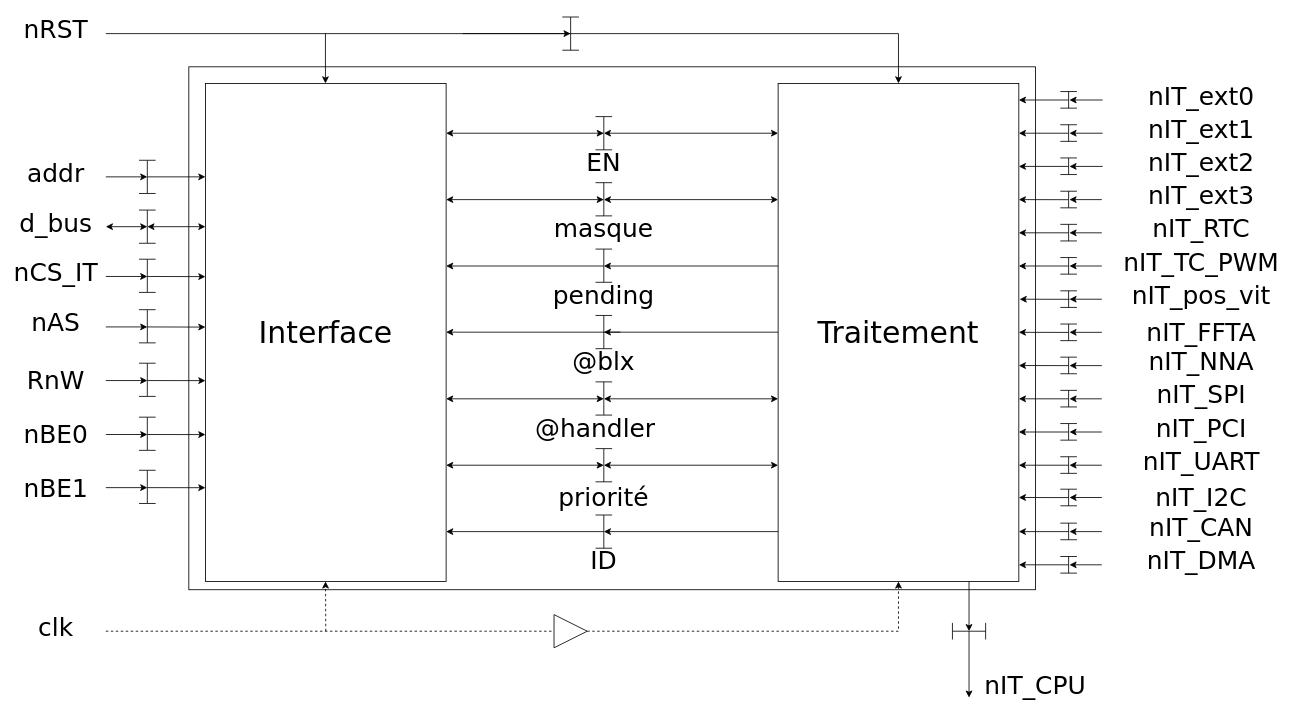
The draw.io diagram report/drawio/decomposition_fonctionnelle.drawio in FromagePatin/controller_IT, before the edit. Source tidied: cells renumbered, new cells numbered last; positions are measured from the earlier drawing's top-left corner, leaving out a move shared by most shapes. Both pictures are drawn from the tidied source at 83%, with x=0, y=0 at pixel (31, 17).
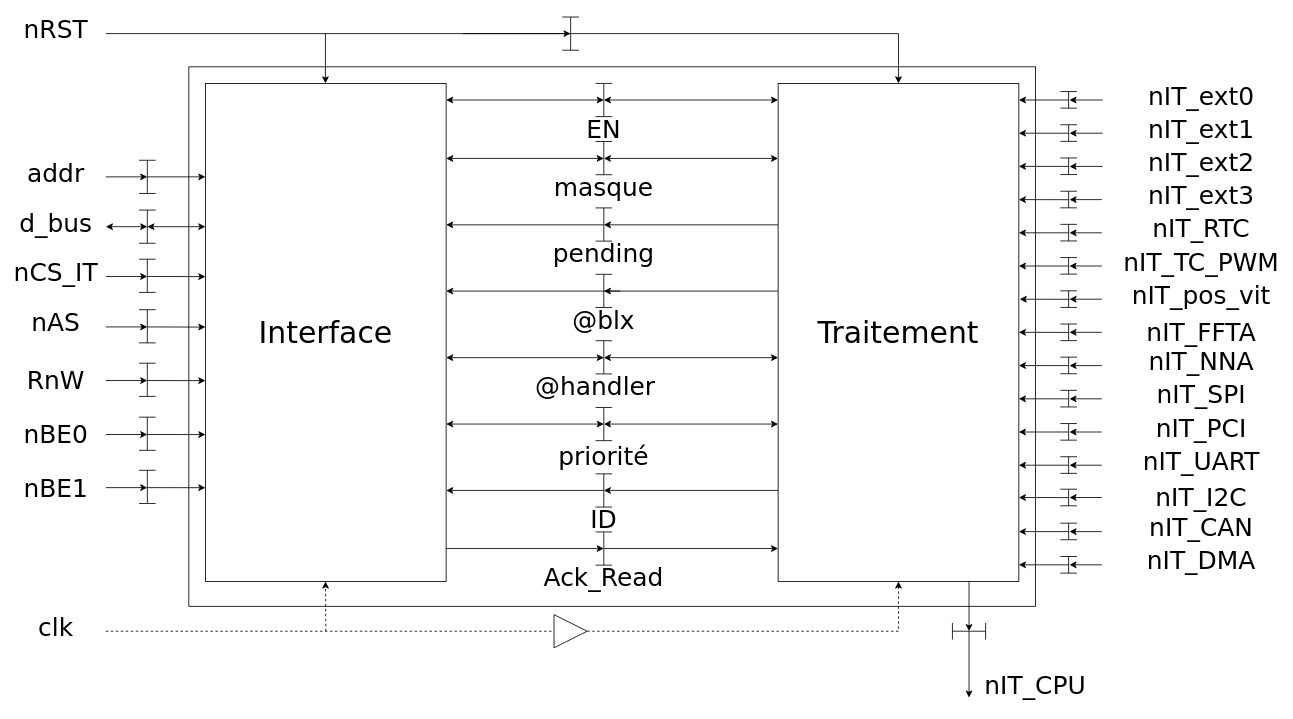
After the change.

Change to the diagram source:
```diff
@@
-    <mxCell id="2" style="rounded=0;whiteSpace=wrap;html=1;fontFamily=Verdana;fontSize=36;" parent="1" vertex="1">
-      <mxGeometry x="190" y="60" width="1020" height="630" as="geometry" />
-    </mxCell>
+    <mxCell id="197" style="rounded=0;whiteSpace=wrap;html=1;" parent="1" vertex="1">
+      <mxGeometry x="190" y="60" width="1020" height="650" as="geometry" />
+    </mxCell>
@@
     <mxCell id="155" style="endArrow=none;html=1;rounded=0;fontFamily=Verdana;fontSize=36;fillColor=#FFFFFF;" parent="1" edge="1">
       <mxGeometry relative="1" as="geometry">
-        <mxPoint x="690" y="160" as="sourcePoint" />
-        <mxPoint x="690" y="120" as="targetPoint" />
+        <mxPoint x="690" y="120" as="sourcePoint" />
+        <mxPoint x="690" y="80" as="targetPoint" />
       </mxGeometry>
     </mxCell>
     <mxCell id="156" style="endArrow=none;html=1;rounded=0;fontFamily=Verdana;fontSize=36;fillColor=#FFFFFF;" parent="1" edge="1">
       <mxGeometry relative="1" as="geometry">
-        <mxPoint x="680" y="160" as="sourcePoint" />
-        <mxPoint x="700" y="160" as="targetPoint" />
+        <mxPoint x="680" y="120" as="sourcePoint" />
+        <mxPoint x="700" y="120" as="targetPoint" />
       </mxGeometry>
     </mxCell>
     <mxCell id="157" style="endArrow=none;html=1;rounded=0;fontFamily=Verdana;fontSize=36;fillColor=#FFFFFF;" parent="1" edge="1">
       <mxGeometry relative="1" as="geometry">
-        <mxPoint x="680" y="120" as="sourcePoint" />
-        <mxPoint x="700" y="120" as="targetPoint" />
+        <mxPoint x="680" y="80" as="sourcePoint" />
+        <mxPoint x="700" y="80" as="targetPoint" />
       </mxGeometry>
     </mxCell>
     <mxCell id="158" style="endArrow=classic;html=1;rounded=0;fontFamily=Verdana;fontSize=30;" parent="1" edge="1">
       <mxGeometry relative="1" as="geometry">
-        <mxPoint x="900" y="300" as="sourcePoint" />
-        <mxPoint x="690" y="300" as="targetPoint" />
+        <mxPoint x="900" y="250.4" as="sourcePoint" />
+        <mxPoint x="690" y="250.4" as="targetPoint" />
       </mxGeometry>
     </mxCell>
     <mxCell id="159" style="endArrow=none;html=1;rounded=0;fontFamily=Verdana;fontSize=36;fillColor=#FFFFFF;" parent="1" edge="1">
       <mxGeometry relative="1" as="geometry">
-        <mxPoint x="690" y="319.6" as="sourcePoint" />
-        <mxPoint x="690" y="279.6" as="targetPoint" />
+        <mxPoint x="690" y="270" as="sourcePoint" />
+        <mxPoint x="690" y="230" as="targetPoint" />
       </mxGeometry>
     </mxCell>
     <mxCell id="160" style="endArrow=none;html=1;rounded=0;fontFamily=Verdana;fontSize=36;fillColor=#FFFFFF;" parent="1" edge="1">
       <mxGeometry relative="1" as="geometry">
-        <mxPoint x="680" y="319.6" as="sourcePoint" />
-        <mxPoint x="700" y="319.6" as="targetPoint" />
+        <mxPoint x="680" y="270" as="sourcePoint" />
+        <mxPoint x="700" y="270" as="targetPoint" />
       </mxGeometry>
     </mxCell>
     <mxCell id="161" style="endArrow=none;html=1;rounded=0;fontFamily=Verdana;fontSize=36;fillColor=#FFFFFF;" parent="1" edge="1">
       <mxGeometry relative="1" as="geometry">
-        <mxPoint x="680" y="279.6" as="sourcePoint" />
-        <mxPoint x="700" y="279.6" as="targetPoint" />
+        <mxPoint x="680" y="230" as="sourcePoint" />
+        <mxPoint x="700" y="230" as="targetPoint" />
       </mxGeometry>
     </mxCell>
     <mxCell id="162" style="endArrow=none;html=1;rounded=0;fontFamily=Verdana;fontSize=36;fillColor=#FFFFFF;" parent="1" edge="1">
       <mxGeometry relative="1" as="geometry">
-        <mxPoint x="690" y="239.6" as="sourcePoint" />
-        <mxPoint x="690" y="199.6" as="targetPoint" />
+        <mxPoint x="690" y="190" as="sourcePoint" />
+        <mxPoint x="690" y="150" as="targetPoint" />
       </mxGeometry>
     </mxCell>
     <mxCell id="163" style="endArrow=none;html=1;rounded=0;fontFamily=Verdana;fontSize=36;fillColor=#FFFFFF;" parent="1" edge="1">
       <mxGeometry relative="1" as="geometry">
-        <mxPoint x="680" y="239.6" as="sourcePoint" />
-        <mxPoint x="700" y="239.6" as="targetPoint" />
+        <mxPoint x="680" y="190" as="sourcePoint" />
+        <mxPoint x="700" y="190" as="targetPoint" />
       </mxGeometry>
     </mxCell>
     <mxCell id="164" style="endArrow=none;html=1;rounded=0;fontFamily=Verdana;fontSize=36;fillColor=#FFFFFF;" parent="1" edge="1">
       <mxGeometry relative="1" as="geometry">
-        <mxPoint x="680" y="199.6" as="sourcePoint" />
-        <mxPoint x="700" y="199.6" as="targetPoint" />
+        <mxPoint x="680" y="150" as="sourcePoint" />
+        <mxPoint x="700" y="150" as="targetPoint" />
       </mxGeometry>
     </mxCell>
     <mxCell id="165" value="EN" style="text;html=1;strokeColor=none;fillColor=none;align=center;verticalAlign=middle;whiteSpace=wrap;rounded=0;fontFamily=Verdana;fontSize=30;" parent="1" vertex="1">
-      <mxGeometry x="660" y="160" width="60" height="30" as="geometry" />
+      <mxGeometry x="660" y="120" width="60" height="30" as="geometry" />
     </mxCell>
     <mxCell id="166" value="masque" style="text;html=1;strokeColor=none;fillColor=none;align=center;verticalAlign=middle;whiteSpace=wrap;rounded=0;fontFamily=Verdana;fontSize=30;" parent="1" vertex="1">
-      <mxGeometry x="660" y="240" width="60" height="30" as="geometry" />
+      <mxGeometry x="660" y="190.4" width="60" height="30" as="geometry" />
     </mxCell>
     <mxCell id="167" value="pending" style="text;html=1;strokeColor=none;fillColor=none;align=center;verticalAlign=middle;whiteSpace=wrap;rounded=0;fontFamily=Verdana;fontSize=30;" parent="1" vertex="1">
-      <mxGeometry x="660" y="320" width="60" height="30" as="geometry" />
+      <mxGeometry x="660" y="270.4" width="60" height="30" as="geometry" />
     </mxCell>
     <mxCell id="168" style="endArrow=classic;html=1;rounded=0;fontFamily=Verdana;fontSize=30;" parent="1" edge="1">
       <mxGeometry relative="1" as="geometry">
-        <mxPoint x="690" y="300" as="sourcePoint" />
-        <mxPoint x="500" y="300" as="targetPoint" />
+        <mxPoint x="690" y="250.4" as="sourcePoint" />
+        <mxPoint x="500" y="250.4" as="targetPoint" />
       </mxGeometry>
     </mxCell>
     <mxCell id="169" style="endArrow=none;html=1;rounded=0;fontFamily=Verdana;fontSize=36;fillColor=#FFFFFF;" parent="1" edge="1">
       <mxGeometry relative="1" as="geometry">
-        <mxPoint x="690" y="399.6" as="sourcePoint" />
-        <mxPoint x="690" y="359.6" as="targetPoint" />
+        <mxPoint x="690" y="350" as="sourcePoint" />
+        <mxPoint x="690" y="310" as="targetPoint" />
       </mxGeometry>
     </mxCell>
     <mxCell id="170" style="endArrow=none;html=1;rounded=0;fontFamily=Verdana;fontSize=36;fillColor=#FFFFFF;" parent="1" edge="1">
       <mxGeometry relative="1" as="geometry">
-        <mxPoint x="680" y="399.6" as="sourcePoint" />
-        <mxPoint x="700" y="399.6" as="targetPoint" />
+        <mxPoint x="680" y="350" as="sourcePoint" />
+        <mxPoint x="700" y="350" as="targetPoint" />
       </mxGeometry>
     </mxCell>
     <mxCell id="171" style="endArrow=none;html=1;rounded=0;fontFamily=Verdana;fontSize=36;fillColor=#FFFFFF;" parent="1" edge="1">
       <mxGeometry relative="1" as="geometry">
-        <mxPoint x="680" y="359.6" as="sourcePoint" />
-        <mxPoint x="700" y="359.6" as="targetPoint" />
+        <mxPoint x="680" y="310" as="sourcePoint" />
+        <mxPoint x="700" y="310" as="targetPoint" />
       </mxGeometry>
     </mxCell>
     <mxCell id="172" style="endArrow=none;html=1;rounded=0;fontFamily=Verdana;fontSize=36;fillColor=#FFFFFF;" parent="1" edge="1">
       <mxGeometry relative="1" as="geometry">
-        <mxPoint x="690" y="479.6" as="sourcePoint" />
-        <mxPoint x="690" y="439.6" as="targetPoint" />
+        <mxPoint x="690" y="430" as="sourcePoint" />
+        <mxPoint x="690" y="390" as="targetPoint" />
       </mxGeometry>
     </mxCell>
     <mxCell id="173" style="endArrow=none;html=1;rounded=0;fontFamily=Verdana;fontSize=36;fillColor=#FFFFFF;" parent="1" edge="1">
       <mxGeometry relative="1" as="geometry">
-        <mxPoint x="680" y="479.6" as="sourcePoint" />
-        <mxPoint x="700" y="479.6" as="targetPoint" />
+        <mxPoint x="680" y="430" as="sourcePoint" />
+        <mxPoint x="700" y="430" as="targetPoint" />
       </mxGeometry>
     </mxCell>
     <mxCell id="174" style="endArrow=none;html=1;rounded=0;fontFamily=Verdana;fontSize=36;fillColor=#FFFFFF;" parent="1" edge="1">
       <mxGeometry relative="1" as="geometry">
-        <mxPoint x="680" y="439.6" as="sourcePoint" />
-        <mxPoint x="700" y="439.6" as="targetPoint" />
+        <mxPoint x="680" y="390" as="sourcePoint" />
+        <mxPoint x="700" y="390" as="targetPoint" />
       </mxGeometry>
     </mxCell>
     <mxCell id="175" style="endArrow=none;html=1;rounded=0;fontFamily=Verdana;fontSize=36;fillColor=#FFFFFF;" parent="1" edge="1">
       <mxGeometry relative="1" as="geometry">
-        <mxPoint x="690" y="560" as="sourcePoint" />
-        <mxPoint x="690" y="520" as="targetPoint" />
+        <mxPoint x="690" y="510.4" as="sourcePoint" />
+        <mxPoint x="690" y="470.4" as="targetPoint" />
       </mxGeometry>
     </mxCell>
     <mxCell id="176" style="endArrow=none;html=1;rounded=0;fontFamily=Verdana;fontSize=36;fillColor=#FFFFFF;" parent="1" edge="1">
       <mxGeometry relative="1" as="geometry">
-        <mxPoint x="680" y="560" as="sourcePoint" />
-        <mxPoint x="700" y="560" as="targetPoint" />
+        <mxPoint x="680" y="510.4" as="sourcePoint" />
+        <mxPoint x="700" y="510.4" as="targetPoint" />
       </mxGeometry>
     </mxCell>
     <mxCell id="177" style="endArrow=none;html=1;rounded=0;fontFamily=Verdana;fontSize=36;fillColor=#FFFFFF;" parent="1" edge="1">
       <mxGeometry relative="1" as="geometry">
-        <mxPoint x="680" y="520" as="sourcePoint" />
-        <mxPoint x="700" y="520" as="targetPoint" />
+        <mxPoint x="680" y="470.4" as="sourcePoint" />
+        <mxPoint x="700" y="470.4" as="targetPoint" />
       </mxGeometry>
     </mxCell>
     <mxCell id="178" style="endArrow=none;html=1;rounded=0;fontFamily=Verdana;fontSize=36;fillColor=#FFFFFF;" parent="1" edge="1">
       <mxGeometry relative="1" as="geometry">
-        <mxPoint x="690" y="640" as="sourcePoint" />
-        <mxPoint x="690" y="600" as="targetPoint" />
+        <mxPoint x="690" y="590.4" as="sourcePoint" />
+        <mxPoint x="690" y="550.4" as="targetPoint" />
       </mxGeometry>
     </mxCell>
     <mxCell id="179" style="endArrow=none;html=1;rounded=0;fontFamily=Verdana;fontSize=36;fillColor=#FFFFFF;" parent="1" edge="1">
       <mxGeometry relative="1" as="geometry">
-        <mxPoint x="680" y="640" as="sourcePoint" />
-        <mxPoint x="700" y="640" as="targetPoint" />
+        <mxPoint x="680" y="590.4" as="sourcePoint" />
+        <mxPoint x="700" y="590.4" as="targetPoint" />
       </mxGeometry>
     </mxCell>
     <mxCell id="180" style="endArrow=none;html=1;rounded=0;fontFamily=Verdana;fontSize=36;fillColor=#FFFFFF;" parent="1" edge="1">
       <mxGeometry relative="1" as="geometry">
-        <mxPoint x="680" y="600" as="sourcePoint" />
-        <mxPoint x="700" y="600" as="targetPoint" />
+        <mxPoint x="680" y="550.4" as="sourcePoint" />
+        <mxPoint x="700" y="550.4" as="targetPoint" />
       </mxGeometry>
     </mxCell>
     <mxCell id="181" value="@blx" style="text;html=1;strokeColor=none;fillColor=none;align=center;verticalAlign=middle;whiteSpace=wrap;rounded=0;fontFamily=Verdana;fontSize=30;" parent="1" vertex="1">
-      <mxGeometry x="660" y="400" width="60" height="30" as="geometry" />
+      <mxGeometry x="660" y="350.4" width="60" height="30" as="geometry" />
     </mxCell>
     <mxCell id="182" value="@handler" style="text;html=1;strokeColor=none;fillColor=none;align=center;verticalAlign=middle;whiteSpace=wrap;rounded=0;fontFamily=Verdana;fontSize=30;" parent="1" vertex="1">
-      <mxGeometry x="650" y="480" width="60" height="30" as="geometry" />
+      <mxGeometry x="650" y="430.4" width="60" height="30" as="geometry" />
     </mxCell>
     <mxCell id="183" value="priorité" style="text;html=1;strokeColor=none;fillColor=none;align=center;verticalAlign=middle;whiteSpace=wrap;rounded=0;fontFamily=Verdana;fontSize=30;" parent="1" vertex="1">
-      <mxGeometry x="660" y="564" width="60" height="30" as="geometry" />
+      <mxGeometry x="660" y="514.4" width="60" height="30" as="geometry" />
     </mxCell>
     <mxCell id="184" value="ID" style="text;html=1;strokeColor=none;fillColor=none;align=center;verticalAlign=middle;whiteSpace=wrap;rounded=0;fontFamily=Verdana;fontSize=30;" parent="1" vertex="1">
-      <mxGeometry x="660" y="640" width="60" height="30" as="geometry" />
+      <mxGeometry x="660" y="590.4" width="60" height="30" as="geometry" />
     </mxCell>
     <mxCell id="185" style="endArrow=classic;html=1;rounded=0;fontFamily=Verdana;fontSize=30;" parent="1" edge="1">
       <mxGeometry relative="1" as="geometry">
-        <mxPoint x="900" y="379.7" as="sourcePoint" />
-        <mxPoint x="690" y="379.7" as="targetPoint" />
+        <mxPoint x="900" y="330.2" as="sourcePoint" />
+        <mxPoint x="690" y="330.2" as="targetPoint" />
       </mxGeometry>
     </mxCell>
     <mxCell id="186" style="endArrow=classic;html=1;rounded=0;fontFamily=Verdana;fontSize=30;" parent="1" edge="1">
       <mxGeometry relative="1" as="geometry">
-        <mxPoint x="710" y="379.7" as="sourcePoint" />
-        <mxPoint x="500" y="379.7" as="targetPoint" />
+        <mxPoint x="710" y="330.2" as="sourcePoint" />
+        <mxPoint x="500" y="330.2" as="targetPoint" />
       </mxGeometry>
     </mxCell>
     <mxCell id="187" style="endArrow=classic;html=1;rounded=0;fontFamily=Verdana;fontSize=30;" parent="1" edge="1">
       <mxGeometry relative="1" as="geometry">
-        <mxPoint x="690" y="620" as="sourcePoint" />
-        <mxPoint x="500" y="620" as="targetPoint" />
+        <mxPoint x="690" y="570.4" as="sourcePoint" />
+        <mxPoint x="500" y="570.4" as="targetPoint" />
       </mxGeometry>
     </mxCell>
     <mxCell id="188" style="endArrow=classic;html=1;rounded=0;fontFamily=Verdana;fontSize=30;" parent="1" edge="1">
       <mxGeometry relative="1" as="geometry">
-        <mxPoint x="900" y="620" as="sourcePoint" />
-        <mxPoint x="690" y="620" as="targetPoint" />
+        <mxPoint x="900" y="570.4" as="sourcePoint" />
+        <mxPoint x="690" y="570.4" as="targetPoint" />
       </mxGeometry>
     </mxCell>
     <mxCell id="189" style="endArrow=classic;startArrow=classic;html=1;rounded=0;fontFamily=Verdana;fontSize=36;fillColor=#FFFFFF;" parent="1" edge="1">
       <mxGeometry relative="1" as="geometry">
-        <mxPoint x="690" y="140" as="sourcePoint" />
-        <mxPoint x="900" y="140" as="targetPoint" />
+        <mxPoint x="690" y="100" as="sourcePoint" />
+        <mxPoint x="900" y="100" as="targetPoint" />
       </mxGeometry>
     </mxCell>
     <mxCell id="190" style="endArrow=classic;startArrow=classic;html=1;rounded=0;fontFamily=Verdana;fontSize=36;fillColor=#FFFFFF;" parent="1" edge="1">
       <mxGeometry relative="1" as="geometry">
-        <mxPoint x="500" y="140" as="sourcePoint" />
-        <mxPoint x="690" y="140" as="targetPoint" />
+        <mxPoint x="500" y="100" as="sourcePoint" />
+        <mxPoint x="690" y="100" as="targetPoint" />
       </mxGeometry>
     </mxCell>
     <mxCell id="191" style="endArrow=classic;startArrow=classic;html=1;rounded=0;fontFamily=Verdana;fontSize=36;fillColor=#FFFFFF;" parent="1" edge="1">
       <mxGeometry relative="1" as="geometry">
-        <mxPoint x="500" y="220" as="sourcePoint" />
-        <mxPoint x="690" y="220" as="targetPoint" />
+        <mxPoint x="500" y="170.4" as="sourcePoint" />
+        <mxPoint x="690" y="170.4" as="targetPoint" />
       </mxGeometry>
     </mxCell>
     <mxCell id="192" style="endArrow=classic;startArrow=classic;html=1;rounded=0;fontFamily=Verdana;fontSize=36;fillColor=#FFFFFF;" parent="1" edge="1">
       <mxGeometry relative="1" as="geometry">
-        <mxPoint x="690" y="220" as="sourcePoint" />
-        <mxPoint x="900" y="220" as="targetPoint" />
+        <mxPoint x="690" y="170.4" as="sourcePoint" />
+        <mxPoint x="900" y="170.4" as="targetPoint" />
       </mxGeometry>
     </mxCell>
     <mxCell id="193" style="endArrow=classic;startArrow=classic;html=1;rounded=0;fontFamily=Verdana;fontSize=36;fillColor=#FFFFFF;" parent="1" edge="1">
       <mxGeometry relative="1" as="geometry">
-        <mxPoint x="690" y="460" as="sourcePoint" />
-        <mxPoint x="900" y="460" as="targetPoint" />
+        <mxPoint x="690" y="410.4" as="sourcePoint" />
+        <mxPoint x="900" y="410.4" as="targetPoint" />
       </mxGeometry>
     </mxCell>
     <mxCell id="194" style="endArrow=classic;startArrow=classic;html=1;rounded=0;fontFamily=Verdana;fontSize=36;fillColor=#FFFFFF;" parent="1" edge="1">
       <mxGeometry relative="1" as="geometry">
-        <mxPoint x="500" y="460" as="sourcePoint" />
-        <mxPoint x="690" y="460" as="targetPoint" />
+        <mxPoint x="500" y="410.4" as="sourcePoint" />
+        <mxPoint x="690" y="410.4" as="targetPoint" />
       </mxGeometry>
     </mxCell>
     <mxCell id="195" style="endArrow=classic;startArrow=classic;html=1;rounded=0;fontFamily=Verdana;fontSize=36;fillColor=#FFFFFF;" parent="1" edge="1">
       <mxGeometry relative="1" as="geometry">
-        <mxPoint x="500" y="540" as="sourcePoint" />
-        <mxPoint x="690" y="540" as="targetPoint" />
+        <mxPoint x="500" y="490.4" as="sourcePoint" />
+        <mxPoint x="690" y="490.4" as="targetPoint" />
       </mxGeometry>
     </mxCell>
     <mxCell id="196" style="endArrow=classic;startArrow=classic;html=1;rounded=0;fontFamily=Verdana;fontSize=36;fillColor=#FFFFFF;" parent="1" edge="1">
       <mxGeometry relative="1" as="geometry">
-        <mxPoint x="690" y="540" as="sourcePoint" />
-        <mxPoint x="900" y="540" as="targetPoint" />
+        <mxPoint x="690" y="490.4" as="sourcePoint" />
+        <mxPoint x="900" y="490.4" as="targetPoint" />
       </mxGeometry>
     </mxCell>
+    <mxCell id="198" style="endArrow=none;html=1;rounded=0;fontFamily=Verdana;fontSize=36;fillColor=#FFFFFF;" parent="1" edge="1">
+      <mxGeometry relative="1" as="geometry">
+        <mxPoint x="690" y="620.4" as="sourcePoint" />
+        <mxPoint x="690" y="660.4" as="targetPoint" />
+      </mxGeometry>
+    </mxCell>
+    <mxCell id="199" style="endArrow=none;html=1;rounded=0;fontFamily=Verdana;fontSize=36;fillColor=#FFFFFF;" parent="1" edge="1">
+      <mxGeometry relative="1" as="geometry">
+        <mxPoint x="700" y="660.4" as="sourcePoint" />
+        <mxPoint x="680" y="660.4" as="targetPoint" />
+      </mxGeometry>
+    </mxCell>
+    <mxCell id="200" style="endArrow=none;html=1;rounded=0;fontFamily=Verdana;fontSize=36;fillColor=#FFFFFF;" parent="1" edge="1">
+      <mxGeometry relative="1" as="geometry">
+        <mxPoint x="700" y="620.4" as="sourcePoint" />
+        <mxPoint x="680" y="620.4" as="targetPoint" />
+      </mxGeometry>
+    </mxCell>
+    <mxCell id="201" value="Ack_Read" style="text;html=1;strokeColor=none;fillColor=none;align=center;verticalAlign=middle;whiteSpace=wrap;rounded=0;fontFamily=Verdana;fontSize=30;direction=south;" parent="1" vertex="1">
+      <mxGeometry x="675" y="645.4" width="30" height="60" as="geometry" />
+    </mxCell>
+    <mxCell id="202" style="endArrow=classic;html=1;rounded=0;fontFamily=Verdana;fontSize=30;" parent="1" edge="1">
+      <mxGeometry relative="1" as="geometry">
+        <mxPoint x="500" y="640.4" as="sourcePoint" />
+        <mxPoint x="690" y="640.4" as="targetPoint" />
+      </mxGeometry>
+    </mxCell>
+    <mxCell id="203" style="endArrow=classic;html=1;rounded=0;fontFamily=Verdana;fontSize=30;" parent="1" edge="1">
+      <mxGeometry relative="1" as="geometry">
+        <mxPoint x="690" y="640.4" as="sourcePoint" />
+        <mxPoint x="900" y="640.4" as="targetPoint" />
+      </mxGeometry>
+    </mxCell>
```
